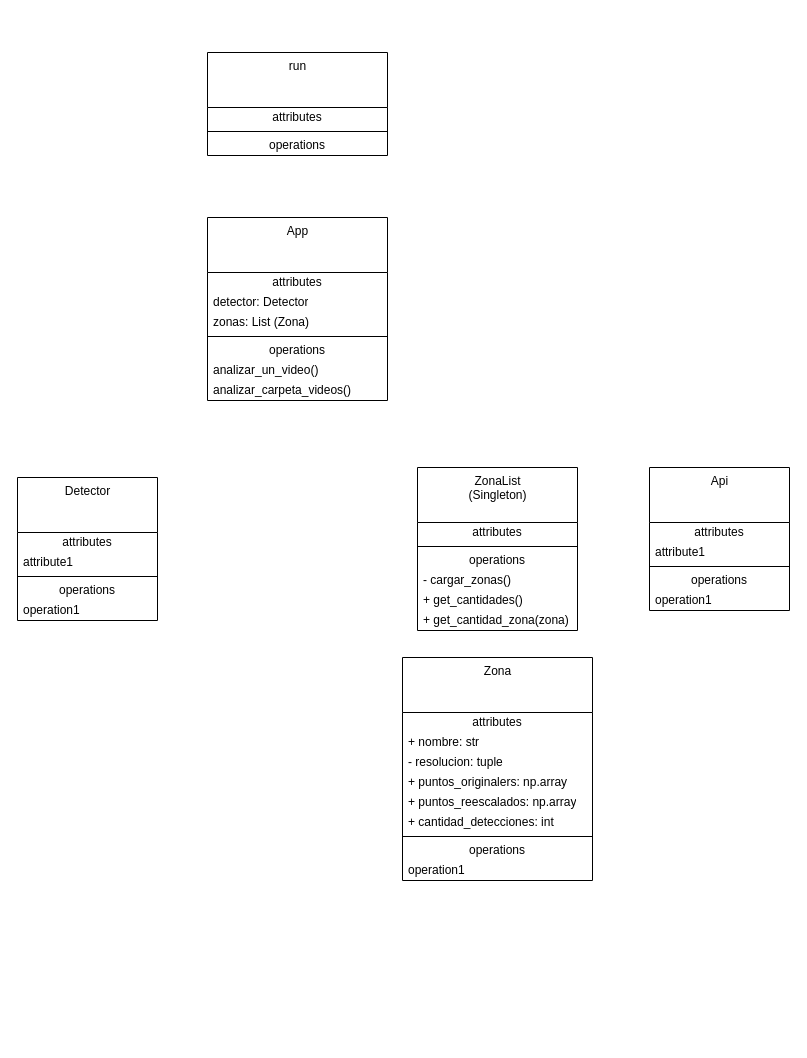
The draw.io diagram clases.drawio in Facundo-Guarnier/Tesis-Implementacion, before the edit. Source tidied: cells renumbered, new cells numbered last; positions are measured from the earlier drawing's top-left corner, leaving out a move shared by most shapes. Both pictures are drawn from the tidied source at 100%, with x=0, y=0 at pixel (17, 52).
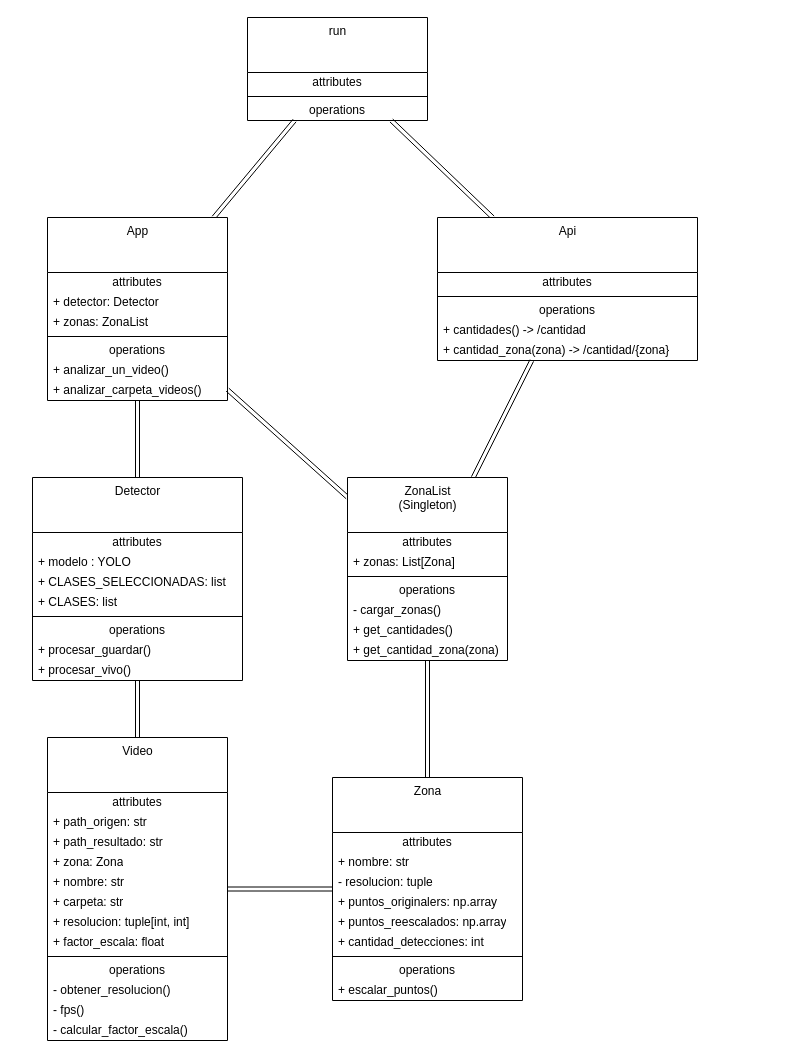
The same diagram, later.

Diff of the diagram source:
```diff
@@
+    <mxCell id="43" style="edgeStyle=none;html=1;shape=link;" parent="1" edge="1" source="2" target="32">
+      <mxGeometry relative="1" as="geometry" />
+    </mxCell>
     <mxCell id="2" value="App&lt;br&gt;" style="swimlane;fontStyle=0;align=center;verticalAlign=top;horizontal=1;startSize=55;html=1;" parent="1" vertex="1">
-      <mxGeometry x="190" y="165" width="180" height="183" as="geometry" />
+      <mxGeometry x="30" y="165" width="180" height="183" as="geometry" />
     </mxCell>
@@
-    <mxCell id="4" value="detector: Detector" style="text;html=1;strokeColor=none;fillColor=none;align=left;verticalAlign=middle;spacingLeft=4;spacingRight=4;overflow=hidden;" parent="2" vertex="1">
+    <mxCell id="4" value="+ detector: Detector" style="text;html=1;strokeColor=none;fillColor=none;align=left;verticalAlign=middle;spacingLeft=4;spacingRight=4;overflow=hidden;" parent="2" vertex="1">
       <mxGeometry y="75" width="180" height="20" as="geometry" />
     </mxCell>
-    <mxCell id="5" value="zonas: List (Zona)" style="text;html=1;strokeColor=none;fillColor=none;align=left;verticalAlign=middle;spacingLeft=4;spacingRight=4;overflow=hidden;" parent="2" vertex="1">
+    <mxCell id="5" value="+ zonas: ZonaList" style="text;html=1;strokeColor=none;fillColor=none;align=left;verticalAlign=middle;spacingLeft=4;spacingRight=4;overflow=hidden;" parent="2" vertex="1">
       <mxGeometry y="95" width="180" height="20" as="geometry" />
     </mxCell>
@@
-    <mxCell id="8" value="analizar_un_video()" style="text;html=1;strokeColor=none;fillColor=none;align=left;verticalAlign=middle;spacingLeft=4;spacingRight=4;overflow=hidden;" parent="2" vertex="1">
+    <mxCell id="8" value="+ analizar_un_video()" style="text;html=1;strokeColor=none;fillColor=none;align=left;verticalAlign=middle;spacingLeft=4;spacingRight=4;overflow=hidden;" parent="2" vertex="1">
       <mxGeometry y="143" width="180" height="20" as="geometry" />
     </mxCell>
-    <mxCell id="9" value="analizar_carpeta_videos()" style="text;html=1;strokeColor=none;fillColor=none;align=left;verticalAlign=middle;spacingLeft=4;spacingRight=4;overflow=hidden;" parent="2" vertex="1">
+    <mxCell id="9" value="+ analizar_carpeta_videos()" style="text;html=1;strokeColor=none;fillColor=none;align=left;verticalAlign=middle;spacingLeft=4;spacingRight=4;overflow=hidden;" parent="2" vertex="1">
       <mxGeometry y="163" width="180" height="20" as="geometry" />
     </mxCell>
+    <mxCell id="44" style="edgeStyle=none;shape=link;html=1;" parent="1" edge="1" source="10" target="2">
+      <mxGeometry relative="1" as="geometry" />
+    </mxCell>
-    <mxCell id="10" value="Detector" style="swimlane;fontStyle=0;align=center;verticalAlign=top;horizontal=1;startSize=55;html=1;" parent="1" vertex="1">
-      <mxGeometry y="425" width="140" height="143" as="geometry" />
+    <mxCell id="10" value="Detector&lt;br&gt;" style="swimlane;fontStyle=0;align=center;verticalAlign=top;horizontal=1;startSize=55;html=1;" parent="1" vertex="1">
+      <mxGeometry x="15" y="425" width="210" height="203" as="geometry" />
     </mxCell>
     <mxCell id="11" value="attributes" style="text;html=1;strokeColor=none;fillColor=none;align=center;verticalAlign=middle;spacingLeft=4;spacingRight=4;overflow=hidden;" parent="10" vertex="1">
-      <mxGeometry y="55" width="140" height="20" as="geometry" />
+      <mxGeometry y="55" width="210" height="20" as="geometry" />
     </mxCell>
-    <mxCell id="12" value="attribute1" style="text;html=1;strokeColor=none;fillColor=none;align=left;verticalAlign=middle;spacingLeft=4;spacingRight=4;overflow=hidden;" parent="10" vertex="1">
-      <mxGeometry y="75" width="140" height="20" as="geometry" />
+    <mxCell id="12" value="+ modelo : YOLO" style="text;html=1;strokeColor=none;fillColor=none;align=left;verticalAlign=middle;spacingLeft=4;spacingRight=4;overflow=hidden;" parent="10" vertex="1">
+      <mxGeometry y="75" width="210" height="20" as="geometry" />
     </mxCell>
+    <mxCell id="45" value="+ CLASES_SELECCIONADAS: list" style="text;html=1;strokeColor=none;fillColor=none;align=left;verticalAlign=middle;spacingLeft=4;spacingRight=4;overflow=hidden;" parent="10" vertex="1">
+      <mxGeometry y="95" width="210" height="20" as="geometry" />
+    </mxCell>
+    <mxCell id="46" value="+ CLASES: list" style="text;html=1;strokeColor=none;fillColor=none;align=left;verticalAlign=middle;spacingLeft=4;spacingRight=4;overflow=hidden;" parent="10" vertex="1">
+      <mxGeometry y="115" width="210" height="20" as="geometry" />
+    </mxCell>
     <mxCell id="13" style="line;strokeWidth=1;fillColor=none;align=left;verticalAlign=middle;spacingTop=-1;spacingLeft=3;spacingRight=3;labelPosition=right;" parent="10" vertex="1">
-      <mxGeometry y="95" width="140" height="8" as="geometry" />
+      <mxGeometry y="135" width="210" height="8" as="geometry" />
     </mxCell>
     <mxCell id="14" value="operations" style="text;html=1;strokeColor=none;fillColor=none;align=center;verticalAlign=middle;spacingLeft=4;spacingRight=4;overflow=hidden;" parent="10" vertex="1">
-      <mxGeometry y="103" width="140" height="20" as="geometry" />
+      <mxGeometry y="143" width="210" height="20" as="geometry" />
     </mxCell>
-    <mxCell id="15" value="operation1" style="text;html=1;strokeColor=none;fillColor=none;align=left;verticalAlign=middle;spacingLeft=4;spacingRight=4;overflow=hidden;" parent="10" vertex="1">
-      <mxGeometry y="123" width="140" height="20" as="geometry" />
+    <mxCell id="15" value="+ procesar_guardar()" style="text;html=1;strokeColor=none;fillColor=none;align=left;verticalAlign=middle;spacingLeft=4;spacingRight=4;overflow=hidden;" parent="10" vertex="1">
+      <mxGeometry y="163" width="210" height="20" as="geometry" />
     </mxCell>
+    <mxCell id="47" value="+ procesar_vivo()" style="text;html=1;strokeColor=none;fillColor=none;align=left;verticalAlign=middle;spacingLeft=4;spacingRight=4;overflow=hidden;" parent="10" vertex="1">
+      <mxGeometry y="183" width="210" height="20" as="geometry" />
+    </mxCell>
+    <mxCell id="48" style="edgeStyle=none;html=1;shape=link;" parent="1" edge="1" source="16" target="32">
+      <mxGeometry relative="1" as="geometry" />
+    </mxCell>
     <mxCell id="16" value="Api&lt;br&gt;" style="swimlane;fontStyle=0;align=center;verticalAlign=top;horizontal=1;startSize=55;html=1;" parent="1" vertex="1">
-      <mxGeometry x="632" y="415" width="140" height="143" as="geometry" />
+      <mxGeometry x="420" y="165" width="260" height="143" as="geometry" />
     </mxCell>
     <mxCell id="17" value="attributes" style="text;html=1;strokeColor=none;fillColor=none;align=center;verticalAlign=middle;spacingLeft=4;spacingRight=4;overflow=hidden;" parent="16" vertex="1">
-      <mxGeometry y="55" width="140" height="20" as="geometry" />
+      <mxGeometry y="55" width="260" height="20" as="geometry" />
     </mxCell>
-    <mxCell id="18" value="attribute1" style="text;html=1;strokeColor=none;fillColor=none;align=left;verticalAlign=middle;spacingLeft=4;spacingRight=4;overflow=hidden;" parent="16" vertex="1">
-      <mxGeometry y="75" width="140" height="20" as="geometry" />
-    </mxCell>
     <mxCell id="19" style="line;strokeWidth=1;fillColor=none;align=left;verticalAlign=middle;spacingTop=-1;spacingLeft=3;spacingRight=3;labelPosition=right;" parent="16" vertex="1">
-      <mxGeometry y="95" width="140" height="8" as="geometry" />
+      <mxGeometry y="75" width="260" height="8" as="geometry" />
     </mxCell>
     <mxCell id="20" value="operations" style="text;html=1;strokeColor=none;fillColor=none;align=center;verticalAlign=middle;spacingLeft=4;spacingRight=4;overflow=hidden;" parent="16" vertex="1">
-      <mxGeometry y="103" width="140" height="20" as="geometry" />
+      <mxGeometry y="83" width="260" height="20" as="geometry" />
     </mxCell>
-    <mxCell id="21" value="operation1" style="text;html=1;strokeColor=none;fillColor=none;align=left;verticalAlign=middle;spacingLeft=4;spacingRight=4;overflow=hidden;" parent="16" vertex="1">
-      <mxGeometry y="123" width="140" height="20" as="geometry" />
+    <mxCell id="21" value="+ cantidades() -&amp;gt; /cantidad" style="text;html=1;strokeColor=none;fillColor=none;align=left;verticalAlign=middle;spacingLeft=4;spacingRight=4;overflow=hidden;" parent="16" vertex="1">
+      <mxGeometry y="103" width="260" height="20" as="geometry" />
     </mxCell>
+    <mxCell id="49" value="+ cantidad_zona(zona) -&amp;gt; /cantidad/{zona}" style="text;html=1;strokeColor=none;fillColor=none;align=left;verticalAlign=middle;spacingLeft=4;spacingRight=4;overflow=hidden;" parent="16" vertex="1">
+      <mxGeometry y="123" width="260" height="20" as="geometry" />
+    </mxCell>
+    <mxCell id="50" style="edgeStyle=none;shape=link;html=1;" parent="1" edge="1" source="22" target="36">
+      <mxGeometry relative="1" as="geometry" />
+    </mxCell>
+    <mxCell id="51" style="edgeStyle=none;shape=link;html=1;" parent="1" edge="1" source="22" target="56">
+      <mxGeometry relative="1" as="geometry" />
+    </mxCell>
     <mxCell id="22" value="Zona" style="swimlane;fontStyle=0;align=center;verticalAlign=top;horizontal=1;startSize=55;html=1;" parent="1" vertex="1">
-      <mxGeometry x="385" y="605" width="190" height="223" as="geometry" />
+      <mxGeometry x="315" y="725" width="190" height="223" as="geometry" />
     </mxCell>
@@
-    <mxCell id="31" value="operation1" style="text;html=1;strokeColor=none;fillColor=none;align=left;verticalAlign=middle;spacingLeft=4;spacingRight=4;overflow=hidden;" parent="22" vertex="1">
+    <mxCell id="31" value="+ escalar_puntos()" style="text;html=1;strokeColor=none;fillColor=none;align=left;verticalAlign=middle;spacingLeft=4;spacingRight=4;overflow=hidden;" parent="22" vertex="1">
       <mxGeometry y="203" width="190" height="20" as="geometry" />
     </mxCell>
     <mxCell id="32" value="run" style="swimlane;fontStyle=0;align=center;verticalAlign=top;horizontal=1;startSize=55;html=1;" parent="1" vertex="1">
-      <mxGeometry x="190" width="180" height="103" as="geometry" />
+      <mxGeometry x="230" y="-35" width="180" height="103" as="geometry" />
     </mxCell>
@@
+    <mxCell id="52" style="edgeStyle=none;shape=link;html=1;" parent="1" edge="1" source="36" target="2">
+      <mxGeometry relative="1" as="geometry" />
+    </mxCell>
+    <mxCell id="53" style="edgeStyle=none;shape=link;html=1;" parent="1" edge="1" source="36" target="16">
+      <mxGeometry relative="1" as="geometry" />
+    </mxCell>
     <mxCell id="36" value="ZonaList&lt;br&gt;(Singleton)" style="swimlane;fontStyle=0;align=center;verticalAlign=top;horizontal=1;startSize=55;html=1;" parent="1" vertex="1">
-      <mxGeometry x="400" y="415" width="160" height="163" as="geometry" />
+      <mxGeometry x="330" y="425" width="160" height="183" as="geometry" />
     </mxCell>
@@
+    <mxCell id="54" value="+ zonas: List[Zona]" style="text;html=1;strokeColor=none;fillColor=none;align=left;verticalAlign=middle;spacingLeft=4;spacingRight=4;overflow=hidden;" parent="36" vertex="1">
+      <mxGeometry y="75" width="160" height="20" as="geometry" />
+    </mxCell>
     <mxCell id="38" style="line;strokeWidth=1;fillColor=none;align=left;verticalAlign=middle;spacingTop=-1;spacingLeft=3;spacingRight=3;labelPosition=right;" parent="36" vertex="1">
-      <mxGeometry y="75" width="160" height="8" as="geometry" />
+      <mxGeometry y="95" width="160" height="8" as="geometry" />
     </mxCell>
     <mxCell id="39" value="operations" style="text;html=1;strokeColor=none;fillColor=none;align=center;verticalAlign=middle;spacingLeft=4;spacingRight=4;overflow=hidden;" parent="36" vertex="1">
-      <mxGeometry y="83" width="160" height="20" as="geometry" />
+      <mxGeometry y="103" width="160" height="20" as="geometry" />
     </mxCell>
     <mxCell id="40" value="- cargar_zonas()&lt;br&gt;" style="text;html=1;strokeColor=none;fillColor=none;align=left;verticalAlign=middle;spacingLeft=4;spacingRight=4;overflow=hidden;" parent="36" vertex="1">
-      <mxGeometry y="103" width="160" height="20" as="geometry" />
+      <mxGeometry y="123" width="160" height="20" as="geometry" />
     </mxCell>
     <mxCell id="41" value="+ get_cantidades()" style="text;html=1;strokeColor=none;fillColor=none;align=left;verticalAlign=middle;spacingLeft=4;spacingRight=4;overflow=hidden;" parent="36" vertex="1">
-      <mxGeometry y="123" width="160" height="20" as="geometry" />
+      <mxGeometry y="143" width="160" height="20" as="geometry" />
     </mxCell>
     <mxCell id="42" value="+ get_cantidad_zona(zona)" style="text;html=1;strokeColor=none;fillColor=none;align=left;verticalAlign=middle;spacingLeft=4;spacingRight=4;overflow=hidden;" parent="36" vertex="1">
-      <mxGeometry y="143" width="160" height="20" as="geometry" />
+      <mxGeometry y="163" width="160" height="20" as="geometry" />
     </mxCell>
+    <mxCell id="55" style="edgeStyle=none;shape=link;html=1;" parent="1" edge="1" source="56" target="10">
+      <mxGeometry relative="1" as="geometry" />
+    </mxCell>
+    <mxCell id="56" value="Video" style="swimlane;fontStyle=0;align=center;verticalAlign=top;horizontal=1;startSize=55;html=1;" parent="1" vertex="1">
+      <mxGeometry x="30" y="685" width="180" height="303" as="geometry" />
+    </mxCell>
+    <mxCell id="57" value="attributes" style="text;html=1;strokeColor=none;fillColor=none;align=center;verticalAlign=middle;spacingLeft=4;spacingRight=4;overflow=hidden;" parent="56" vertex="1">
+      <mxGeometry y="55" width="180" height="20" as="geometry" />
+    </mxCell>
+    <mxCell id="58" value="+ path_origen: str" style="text;html=1;strokeColor=none;fillColor=none;align=left;verticalAlign=middle;spacingLeft=4;spacingRight=4;overflow=hidden;" parent="56" vertex="1">
+      <mxGeometry y="75" width="180" height="20" as="geometry" />
+    </mxCell>
+    <mxCell id="59" value="+ path_resultado: str" style="text;html=1;strokeColor=none;fillColor=none;align=left;verticalAlign=middle;spacingLeft=4;spacingRight=4;overflow=hidden;" parent="56" vertex="1">
+      <mxGeometry y="95" width="180" height="20" as="geometry" />
+    </mxCell>
+    <mxCell id="60" value="+ zona: Zona" style="text;html=1;strokeColor=none;fillColor=none;align=left;verticalAlign=middle;spacingLeft=4;spacingRight=4;overflow=hidden;" parent="56" vertex="1">
+      <mxGeometry y="115" width="180" height="20" as="geometry" />
+    </mxCell>
+    <mxCell id="61" value="+ nombre: str" style="text;html=1;strokeColor=none;fillColor=none;align=left;verticalAlign=middle;spacingLeft=4;spacingRight=4;overflow=hidden;" parent="56" vertex="1">
+      <mxGeometry y="135" width="180" height="20" as="geometry" />
+    </mxCell>
+    <mxCell id="62" value="+ carpeta: str" style="text;html=1;strokeColor=none;fillColor=none;align=left;verticalAlign=middle;spacingLeft=4;spacingRight=4;overflow=hidden;" parent="56" vertex="1">
+      <mxGeometry y="155" width="180" height="20" as="geometry" />
+    </mxCell>
+    <mxCell id="63" value="+ resolucion: tuple[int, int]" style="text;html=1;strokeColor=none;fillColor=none;align=left;verticalAlign=middle;spacingLeft=4;spacingRight=4;overflow=hidden;" parent="56" vertex="1">
+      <mxGeometry y="175" width="180" height="20" as="geometry" />
+    </mxCell>
+    <mxCell id="64" value="+ factor_escala: float" style="text;html=1;strokeColor=none;fillColor=none;align=left;verticalAlign=middle;spacingLeft=4;spacingRight=4;overflow=hidden;" parent="56" vertex="1">
+      <mxGeometry y="195" width="180" height="20" as="geometry" />
+    </mxCell>
+    <mxCell id="65" style="line;strokeWidth=1;fillColor=none;align=left;verticalAlign=middle;spacingTop=-1;spacingLeft=3;spacingRight=3;labelPosition=right;" parent="56" vertex="1">
+      <mxGeometry y="215" width="180" height="8" as="geometry" />
+    </mxCell>
+    <mxCell id="66" value="operations" style="text;html=1;strokeColor=none;fillColor=none;align=center;verticalAlign=middle;spacingLeft=4;spacingRight=4;overflow=hidden;" parent="56" vertex="1">
+      <mxGeometry y="223" width="180" height="20" as="geometry" />
+    </mxCell>
+    <mxCell id="67" value="- obtener_resolucion()" style="text;html=1;strokeColor=none;fillColor=none;align=left;verticalAlign=middle;spacingLeft=4;spacingRight=4;overflow=hidden;" parent="56" vertex="1">
+      <mxGeometry y="243" width="180" height="20" as="geometry" />
+    </mxCell>
+    <mxCell id="68" value="- fps()" style="text;html=1;strokeColor=none;fillColor=none;align=left;verticalAlign=middle;spacingLeft=4;spacingRight=4;overflow=hidden;" parent="56" vertex="1">
+      <mxGeometry y="263" width="180" height="20" as="geometry" />
+    </mxCell>
+    <mxCell id="69" value="- calcular_factor_escala()" style="text;html=1;strokeColor=none;fillColor=none;align=left;verticalAlign=middle;spacingLeft=4;spacingRight=4;overflow=hidden;" parent="56" vertex="1">
+      <mxGeometry y="283" width="180" height="20" as="geometry" />
+    </mxCell>
```
